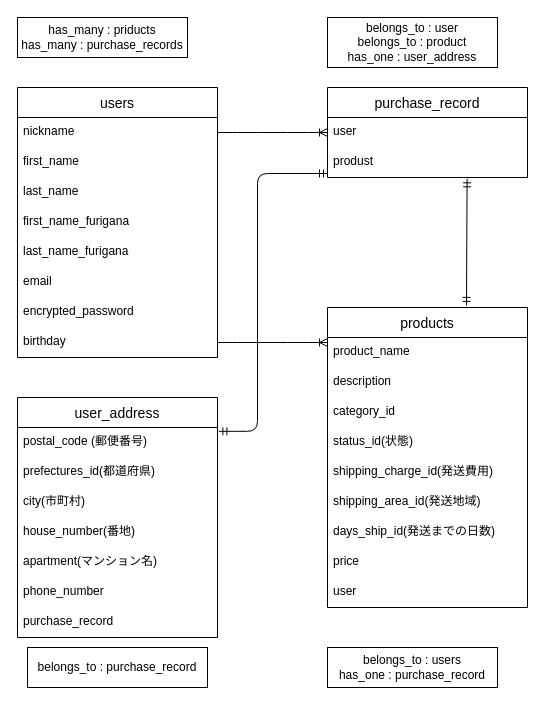
This is test.dio from icchi-saya/furima-29119, a draw.io file, before an edit. Source tidied: cells renumbered, new cells numbered last; positions are measured from the earlier drawing's top-left corner, leaving out a move shared by most shapes. Both pictures are drawn from the tidied source at 100%, with x=0, y=0 at pixel (17, 17).
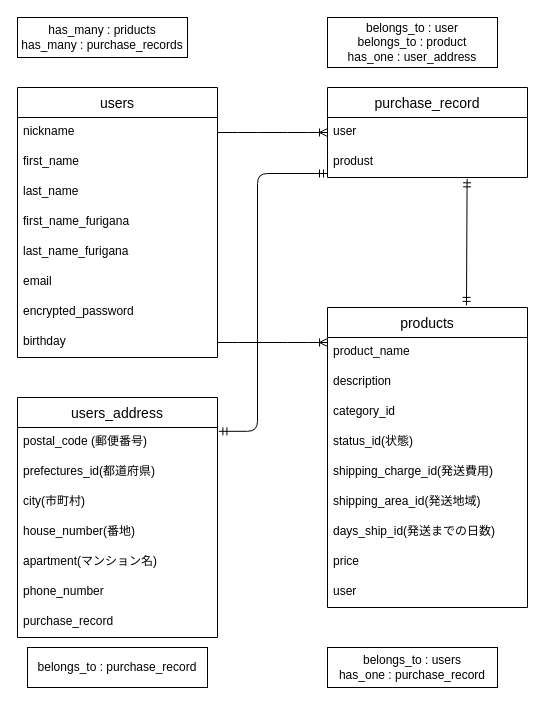
After the change.

Commit message (it also covers changes not shown here):
レビュー変更依頼3

Change to the diagram source:
```diff
@@
-    <mxCell id="24" value="user_address" style="swimlane;fontStyle=0;horizontal=1;startSize=30;align=center;fontSize=14;" parent="1" vertex="1">
+    <mxCell id="24" value="users_address" style="swimlane;fontStyle=0;horizontal=1;startSize=30;align=center;fontSize=14;" parent="1" vertex="1">
       <mxGeometry y="380" width="200" height="240" as="geometry" />
     </mxCell>
```
